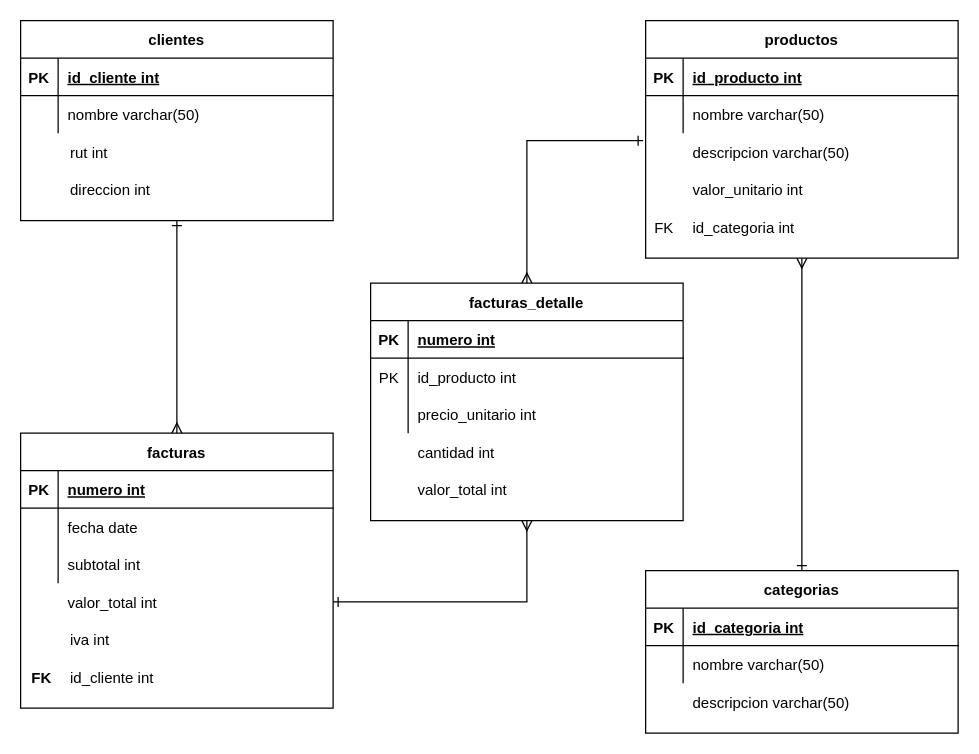
Earlier version of the draw.io diagram modelo_logico.drawio (ivncastillo/desafio_bbdd_prueba). Source tidied: cells renumbered, new cells numbered last; positions are measured from the earlier drawing's top-left corner, leaving out a move shared by most shapes. Both pictures are drawn from the tidied source at 125%, with x=0, y=0 at pixel (20, 20).
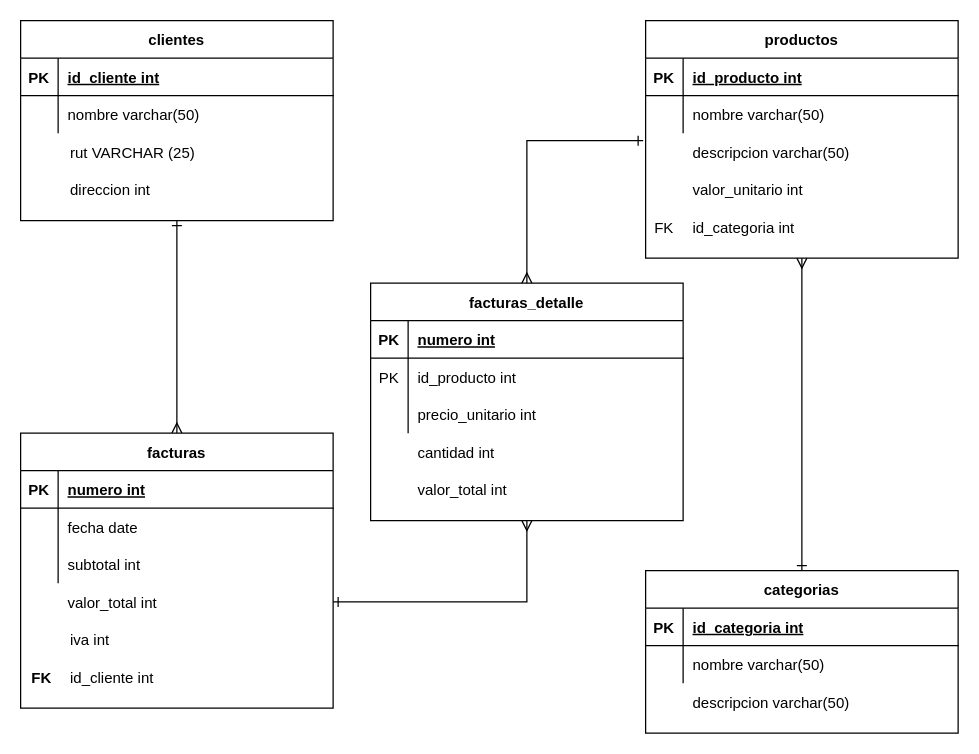
Above is the later version.

Commit message (it also covers changes not shown here):
respuesta a preguntas

Unchanged cells that the change refers to:
```xml
<mxCell id="34" style="shape=partialRectangle;fillColor=none;top=0;left=0;right=0;bottom=0;" parent="1" vertex="1">
  <mxGeometry x="2" y="90" width="250" height="30" as="geometry" />
</mxCell>
```

Diff of the diagram source:
```diff
@@
-    <mxCell id="35" value="rut int" style="shape=partialRectangle;overflow=hidden;fillColor=none;top=0;left=0;bottom=0;right=0;align=left;spacingLeft=6;" parent="34" vertex="1">
+    <mxCell id="35" value="rut VARCHAR (25)" style="shape=partialRectangle;overflow=hidden;fillColor=none;top=0;left=0;bottom=0;right=0;align=left;spacingLeft=6;" parent="34" vertex="1">
       <mxGeometry x="30" width="220" height="30" as="geometry" />
     </mxCell>
```
